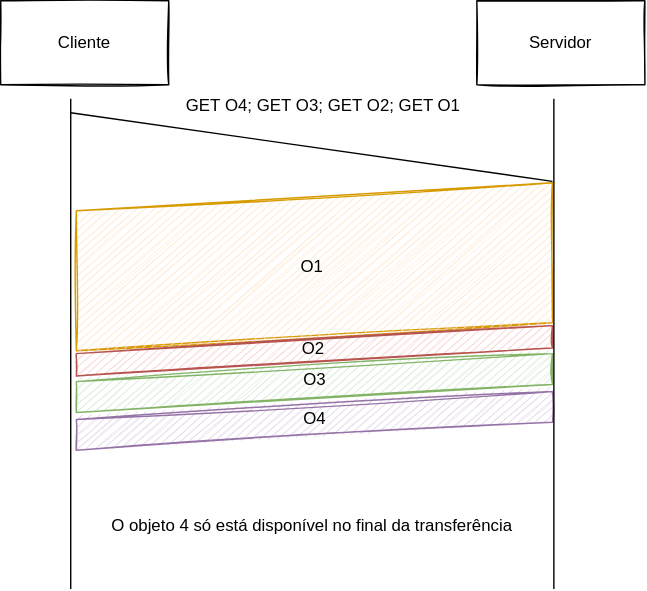
Above: content/rc/assets/0002-blockingHOL-before.svg in leic-pt/resumos-leic (draw.io), before the change. Source tidied: cells renumbered, new cells last; positions are measured from the earlier drawing's top-left corner, leaving out a move shared by most shapes. Source of this version:
```xml
<mxGraphModel>
  <root>
    <mxCell id="0" />
    <mxCell id="1" parent="0" />
    <mxCell id="2" style="shape=parallelogram;perimeter=parallelogramPerimeter;whiteSpace=wrap;html=1;fixedSize=1;rotation=-90;flipV=1;fillColor=#ffe6cc;strokeColor=#d79b00;sketch=1;" parent="1" vertex="1">
      <mxGeometry x="164" y="20" width="120" height="340" as="geometry" />
    </mxCell>
    <mxCell id="3" style="shape=parallelogram;perimeter=parallelogramPerimeter;whiteSpace=wrap;html=1;fixedSize=1;rotation=-90;flipV=1;fillColor=#f8cecc;strokeColor=#b85450;sketch=1;" parent="1" vertex="1">
      <mxGeometry x="206" y="80" width="36" height="340" as="geometry" />
    </mxCell>
    <mxCell id="4" style="shape=parallelogram;perimeter=parallelogramPerimeter;whiteSpace=wrap;html=1;fixedSize=1;rotation=-90;flipV=1;fillColor=#d5e8d4;strokeColor=#82b366;sketch=1;" parent="1" vertex="1">
      <mxGeometry x="203" y="103" width="42" height="340" as="geometry" />
    </mxCell>
    <mxCell id="5" style="shape=parallelogram;perimeter=parallelogramPerimeter;whiteSpace=wrap;html=1;fixedSize=1;rotation=-90;flipV=1;fillColor=#e1d5e7;strokeColor=#9673a6;sketch=1;" parent="1" vertex="1">
      <mxGeometry x="203" y="130" width="42" height="340" as="geometry" />
    </mxCell>
    <mxCell id="6" value="Cliente" style="rounded=0;whiteSpace=wrap;html=1;sketch=1;" parent="1" vertex="1">
      <mxGeometry width="120" height="60" as="geometry" />
    </mxCell>
    <mxCell id="7" value="Servidor" style="whiteSpace=wrap;html=1;sketch=1;" parent="1" vertex="1">
      <mxGeometry x="340" width="120" height="60" as="geometry" />
    </mxCell>
    <mxCell id="8" style="endArrow=none;html=1;rounded=0;" parent="1" edge="1">
      <mxGeometry relative="1" as="geometry">
        <mxPoint x="50" y="420" as="sourcePoint" />
        <mxPoint x="50" y="70" as="targetPoint" />
      </mxGeometry>
    </mxCell>
    <mxCell id="9" style="endArrow=none;html=1;rounded=0;" parent="1" edge="1">
      <mxGeometry relative="1" as="geometry">
        <mxPoint x="395" y="420" as="sourcePoint" />
        <mxPoint x="395" y="70" as="targetPoint" />
      </mxGeometry>
    </mxCell>
    <mxCell id="10" style="endArrow=none;html=1;rounded=0;" parent="1" edge="1">
      <mxGeometry relative="1" as="geometry">
        <mxPoint x="50" y="80" as="sourcePoint" />
        <mxPoint x="394" y="129" as="targetPoint" />
      </mxGeometry>
    </mxCell>
    <mxCell id="11" value="O1" style="text;html=1;align=center;verticalAlign=middle;strokeColor=none;fillColor=none;sketch=1;" parent="1" vertex="1">
      <mxGeometry x="202" y="175" width="40" height="30" as="geometry" />
    </mxCell>
    <mxCell id="12" value="O2&lt;br&gt;" style="text;html=1;align=center;verticalAlign=middle;strokeColor=none;fillColor=none;sketch=1;" parent="1" vertex="1">
      <mxGeometry x="203" y="234" width="40" height="30" as="geometry" />
    </mxCell>
    <mxCell id="13" value="O3&lt;br&gt;" style="text;html=1;align=center;verticalAlign=middle;strokeColor=none;fillColor=none;sketch=1;" parent="1" vertex="1">
      <mxGeometry x="204" y="256" width="40" height="30" as="geometry" />
    </mxCell>
    <mxCell id="14" value="O4" style="text;html=1;align=center;verticalAlign=middle;strokeColor=none;fillColor=none;sketch=1;" parent="1" vertex="1">
      <mxGeometry x="204" y="284" width="40" height="30" as="geometry" />
    </mxCell>
    <mxCell id="15" value="GET&amp;nbsp;O4; GET&amp;nbsp;O3; GET&amp;nbsp;O2; GET O1" style="text;html=1;align=center;verticalAlign=middle;strokeColor=none;fillColor=none;" parent="1" vertex="1">
      <mxGeometry x="120" y="60" width="220" height="30" as="geometry" />
    </mxCell>
    <mxCell id="16" value="O objeto 4 só está disponível no final da transferência" style="text;html=1;align=center;verticalAlign=middle;strokeColor=none;fillColor=none;" parent="1" vertex="1">
      <mxGeometry x="67" y="360" width="310" height="30" as="geometry" />
    </mxCell>
  </root>
</mxGraphModel>
```
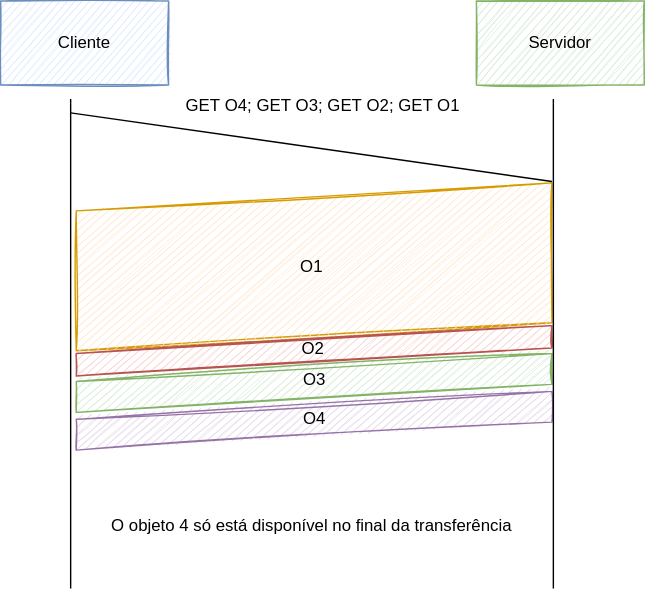
After the change.

What changed in the source:
```diff
@@ -14,10 +14,10 @@
     <mxCell id="5" style="shape=parallelogram;perimeter=parallelogramPerimeter;whiteSpace=wrap;html=1;fixedSize=1;rotation=-90;flipV=1;fillColor=#e1d5e7;strokeColor=#9673a6;sketch=1;" parent="1" vertex="1">
       <mxGeometry x="203" y="130" width="42" height="340" as="geometry" />
     </mxCell>
-    <mxCell id="6" value="Cliente" style="rounded=0;whiteSpace=wrap;html=1;sketch=1;" parent="1" vertex="1">
+    <mxCell id="6" value="Cliente" style="rounded=0;whiteSpace=wrap;html=1;sketch=1;fillColor=#dae8fc;strokeColor=#6c8ebf;" parent="1" vertex="1">
       <mxGeometry width="120" height="60" as="geometry" />
     </mxCell>
-    <mxCell id="7" value="Servidor" style="whiteSpace=wrap;html=1;sketch=1;" parent="1" vertex="1">
+    <mxCell id="7" value="Servidor" style="whiteSpace=wrap;html=1;sketch=1;fillColor=#d5e8d4;strokeColor=#82b366;" parent="1" vertex="1">
       <mxGeometry x="340" width="120" height="60" as="geometry" />
     </mxCell>
     <mxCell id="8" style="endArrow=none;html=1;rounded=0;" parent="1" edge="1">
```
